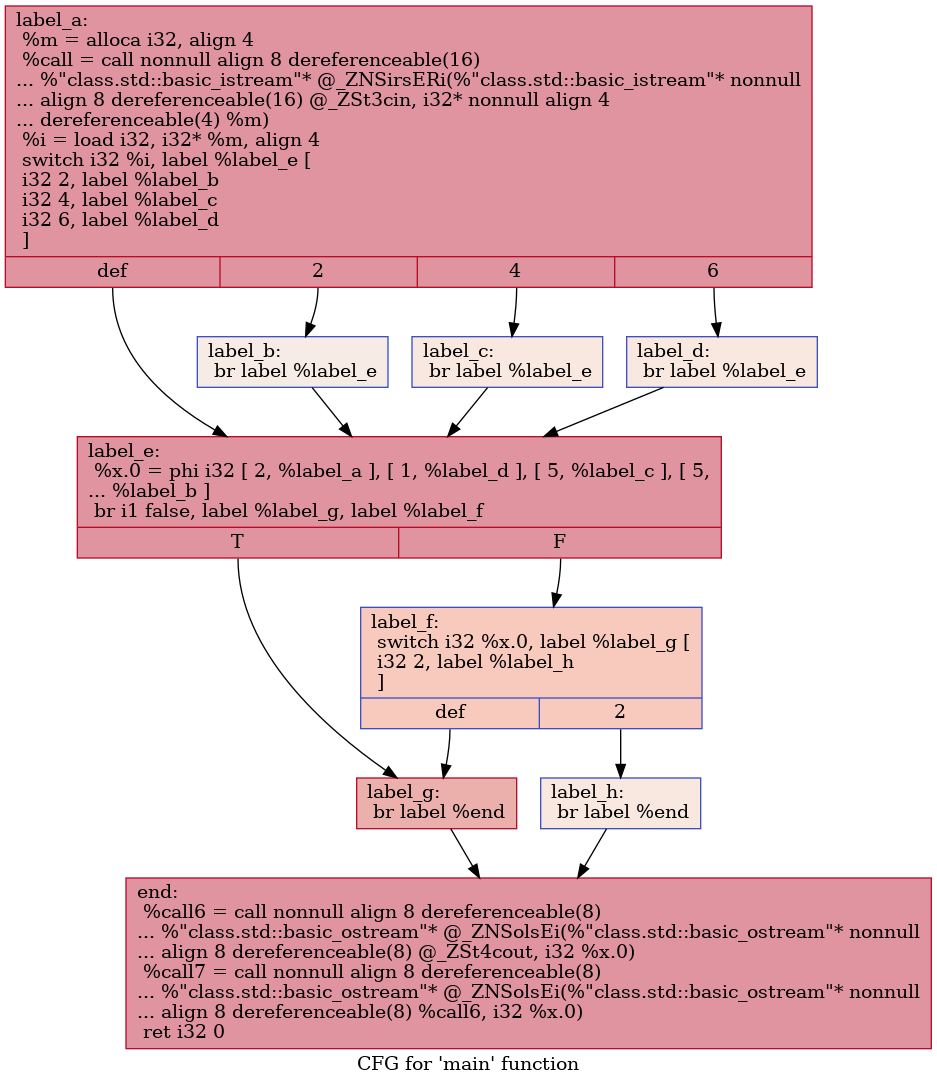
HPSSA-LLVM/HPSSA-LLVM keeps this Graphviz diagram as IR/cfg/SCCP_BASELINE.dot.png. Above is the earlier version. Its source is kept beside it as IR/cfg/SCCP_BASELINE.dot.
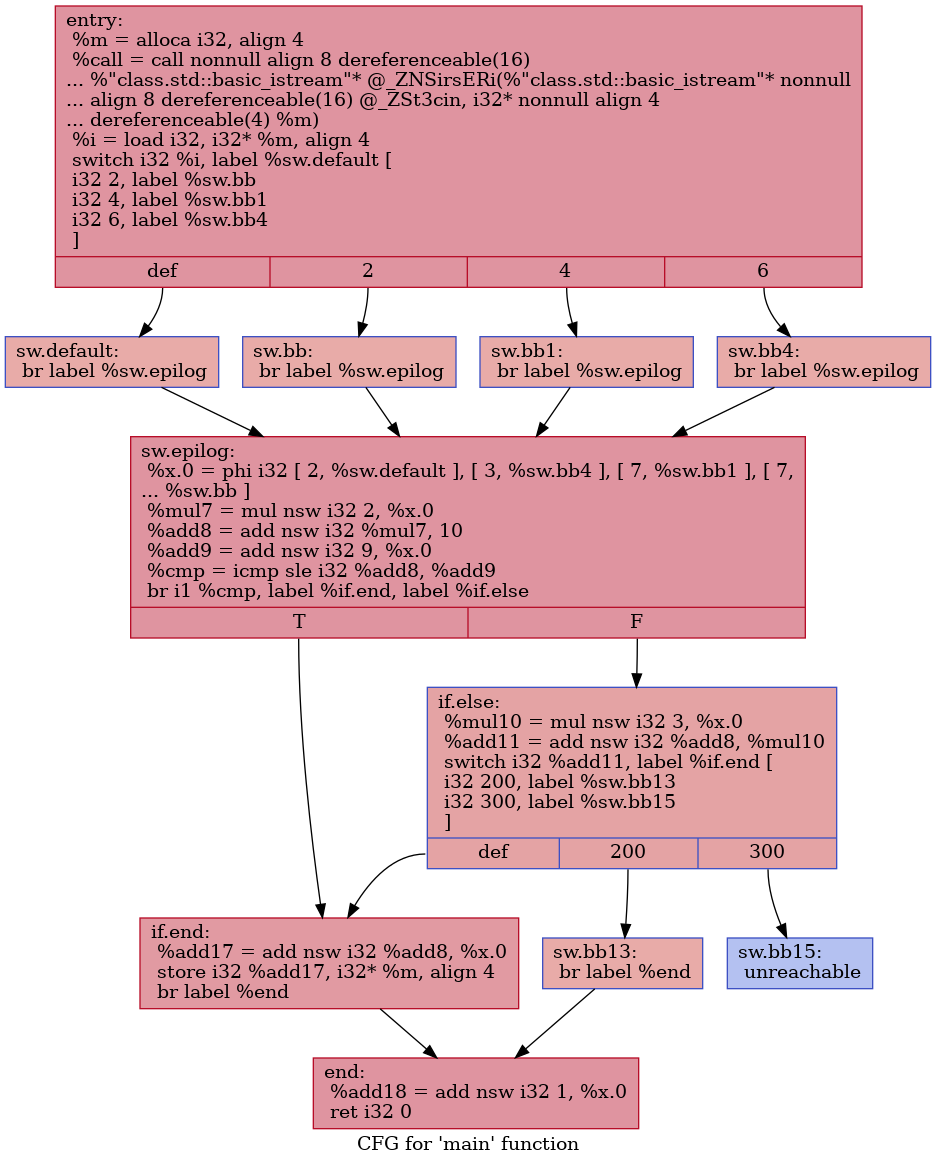
Later version of the same file.

What changed in the source:
```diff
@@ -1,26 +1,30 @@
 digraph "CFG for 'main' function" {
 	label="CFG for 'main' function";
 
-	Node0x55e6b8cd0e10 [shape=record,color="#b70d28ff", style=filled, fillcolor="#b70d2870",label="{label_a:\l  %m = alloca i32, align 4\l  %call = call nonnull align 8 dereferenceable(16)\l... %\"class.std::basic_istream\"* @_ZNSirsERi(%\"class.std::basic_istream\"* nonnull\l... align 8 dereferenceable(16) @_ZSt3cin, i32* nonnull align 4\l... dereferenceable(4) %m)\l  %i = load i32, i32* %m, align 4\l  switch i32 %i, label %label_e [\l    i32 2, label %label_b\l    i32 4, label %label_c\l    i32 6, label %label_d\l  ]\l|{<s0>def|<s1>2|<s2>4|<s3>6}}"];
-	Node0x55e6b8cd0e10:s0 -> Node0x55e6b8cd1250;
-	Node0x55e6b8cd0e10:s1 -> Node0x55e6b8cd1350;
-	Node0x55e6b8cd0e10:s2 -> Node0x55e6b8cd1450;
-	Node0x55e6b8cd0e10:s3 -> Node0x55e6b8cd1550;
-	Node0x55e6b8cd1350 [shape=record,color="#3d50c3ff", style=filled, fillcolor="#ecd3c570",label="{label_b:                                          \l  br label %label_e\l}"];
-	Node0x55e6b8cd1350 -> Node0x55e6b8cd1250;
-	Node0x55e6b8cd1450 [shape=record,color="#3d50c3ff", style=filled, fillcolor="#f1ccb870",label="{label_c:                                          \l  br label %label_e\l}"];
-	Node0x55e6b8cd1450 -> Node0x55e6b8cd1250;
-	Node0x55e6b8cd1550 [shape=record,color="#3d50c3ff", style=filled, fillcolor="#f1ccb870",label="{label_d:                                          \l  br label %label_e\l}"];
-	Node0x55e6b8cd1550 -> Node0x55e6b8cd1250;
-	Node0x55e6b8cd1250 [shape=record,color="#b70d28ff", style=filled, fillcolor="#b70d2870",label="{label_e:                                          \l  %x.0 = phi i32 [ 2, %label_a ], [ 1, %label_d ], [ 5, %label_c ], [ 5,\l... %label_b ]\l  br i1 false, label %label_g, label %label_f\l|{<s0>T|<s1>F}}"];
-	Node0x55e6b8cd1250:s0 -> Node0x55e6b8cd1940;
-	Node0x55e6b8cd1250:s1 -> Node0x55e6b8cd19b0;
-	Node0x55e6b8cd19b0 [shape=record,color="#3d50c3ff", style=filled, fillcolor="#ef886b70",label="{label_f:                                          \l  switch i32 %x.0, label %label_g [\l    i32 2, label %label_h\l  ]\l|{<s0>def|<s1>2}}"];
-	Node0x55e6b8cd19b0:s0 -> Node0x55e6b8cd1940;
-	Node0x55e6b8cd19b0:s1 -> Node0x55e6b8cd1ad0;
-	Node0x55e6b8cd1940 [shape=record,color="#b70d28ff", style=filled, fillcolor="#d24b4070",label="{label_g:                                          \l  br label %end\l}"];
-	Node0x55e6b8cd1940 -> Node0x55e6b8cd1c20;
-	Node0x55e6b8cd1ad0 [shape=record,color="#3d50c3ff", style=filled, fillcolor="#f1ccb870",label="{label_h:                                          \l  br label %end\l}"];
-	Node0x55e6b8cd1ad0 -> Node0x55e6b8cd1c20;
-	Node0x55e6b8cd1c20 [shape=record,color="#b70d28ff", style=filled, fillcolor="#b70d2870",label="{end:                                              \l  %call6 = call nonnull align 8 dereferenceable(8)\l... %\"class.std::basic_ostream\"* @_ZNSolsEi(%\"class.std::basic_ostream\"* nonnull\l... align 8 dereferenceable(8) @_ZSt4cout, i32 %x.0)\l  %call7 = call nonnull align 8 dereferenceable(8)\l... %\"class.std::basic_ostream\"* @_ZNSolsEi(%\"class.std::basic_ostream\"* nonnull\l... align 8 dereferenceable(8) %call6, i32 %x.0)\l  ret i32 0\l}"];
+	Node0x55c660ad3fc0 [shape=record,color="#b70d28ff", style=filled, fillcolor="#b70d2870",label="{entry:\l  %m = alloca i32, align 4\l  %call = call nonnull align 8 dereferenceable(16)\l... %\"class.std::basic_istream\"* @_ZNSirsERi(%\"class.std::basic_istream\"* nonnull\l... align 8 dereferenceable(16) @_ZSt3cin, i32* nonnull align 4\l... dereferenceable(4) %m)\l  %i = load i32, i32* %m, align 4\l  switch i32 %i, label %sw.default [\l    i32 2, label %sw.bb\l    i32 4, label %sw.bb1\l    i32 6, label %sw.bb4\l  ]\l|{<s0>def|<s1>2|<s2>4|<s3>6}}"];
+	Node0x55c660ad3fc0:s0 -> Node0x55c660ad4400;
+	Node0x55c660ad3fc0:s1 -> Node0x55c660ad4510;
+	Node0x55c660ad3fc0:s2 -> Node0x55c660ad4610;
+	Node0x55c660ad3fc0:s3 -> Node0x55c660ad4710;
+	Node0x55c660ad4510 [shape=record,color="#3d50c3ff", style=filled, fillcolor="#cc403a70",label="{sw.bb:                                            \l  br label %sw.epilog\l}"];
+	Node0x55c660ad4510 -> Node0x55c660ad4830;
+	Node0x55c660ad4610 [shape=record,color="#3d50c3ff", style=filled, fillcolor="#cc403a70",label="{sw.bb1:                                           \l  br label %sw.epilog\l}"];
+	Node0x55c660ad4610 -> Node0x55c660ad4830;
+	Node0x55c660ad4710 [shape=record,color="#3d50c3ff", style=filled, fillcolor="#cc403a70",label="{sw.bb4:                                           \l  br label %sw.epilog\l}"];
+	Node0x55c660ad4710 -> Node0x55c660ad4830;
+	Node0x55c660ad4400 [shape=record,color="#3d50c3ff", style=filled, fillcolor="#cc403a70",label="{sw.default:                                       \l  br label %sw.epilog\l}"];
+	Node0x55c660ad4400 -> Node0x55c660ad4830;
+	Node0x55c660ad4830 [shape=record,color="#b70d28ff", style=filled, fillcolor="#b70d2870",label="{sw.epilog:                                        \l  %x.0 = phi i32 [ 2, %sw.default ], [ 3, %sw.bb4 ], [ 7, %sw.bb1 ], [ 7,\l... %sw.bb ]\l  %mul7 = mul nsw i32 2, %x.0\l  %add8 = add nsw i32 %mul7, 10\l  %add9 = add nsw i32 9, %x.0\l  %cmp = icmp sle i32 %add8, %add9\l  br i1 %cmp, label %if.end, label %if.else\l|{<s0>T|<s1>F}}"];
+	Node0x55c660ad4830:s0 -> Node0x55c660ad50b0;
+	Node0x55c660ad4830:s1 -> Node0x55c660ad5120;
+	Node0x55c660ad5120 [shape=record,color="#3d50c3ff", style=filled, fillcolor="#c32e3170",label="{if.else:                                          \l  %mul10 = mul nsw i32 3, %x.0\l  %add11 = add nsw i32 %add8, %mul10\l  switch i32 %add11, label %if.end [\l    i32 200, label %sw.bb13\l    i32 300, label %sw.bb15\l  ]\l|{<s0>def|<s1>200|<s2>300}}"];
+	Node0x55c660ad5120:s0 -> Node0x55c660ad50b0;
+	Node0x55c660ad5120:s1 -> Node0x55c660ad53d0;
+	Node0x55c660ad5120:s2 -> Node0x55c660ad5470;
+	Node0x55c660ad53d0 [shape=record,color="#3d50c3ff", style=filled, fillcolor="#cc403a70",label="{sw.bb13:                                          \l  br label %end\l}"];
+	Node0x55c660ad53d0 -> Node0x55c660ad5600;
+	Node0x55c660ad5470 [shape=record,color="#3d50c3ff", style=filled, fillcolor="#5572df70",label="{sw.bb15:                                          \l  unreachable\l}"];
+	Node0x55c660ad50b0 [shape=record,color="#b70d28ff", style=filled, fillcolor="#bb1b2c70",label="{if.end:                                           \l  %add17 = add nsw i32 %add8, %x.0\l  store i32 %add17, i32* %m, align 4\l  br label %end\l}"];
+	Node0x55c660ad50b0 -> Node0x55c660ad5600;
+	Node0x55c660ad5600 [shape=record,color="#b70d28ff", style=filled, fillcolor="#b70d2870",label="{end:                                              \l  %add18 = add nsw i32 1, %x.0\l  ret i32 0\l}"];
 }
```
